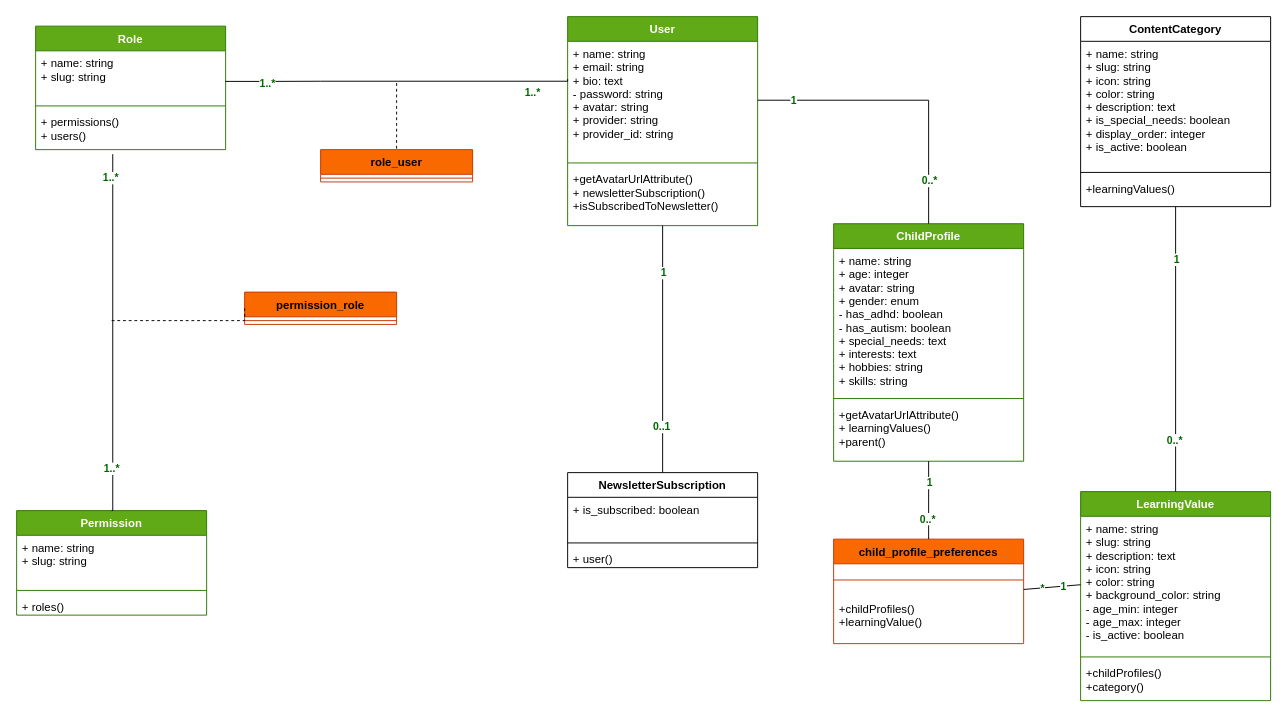
Above: page "Class Diagram" (1 of 2) of UML/class.drawio in ettaoussiilyas/KidsGuard (draw.io), before the change. Source tidied: cells renumbered, new cells numbered last; positions are measured from the earlier drawing's top-left corner, leaving out a move shared by most shapes. Both pictures are drawn from the tidied source at 95%, with x=0, y=0 at pixel (16, 16).
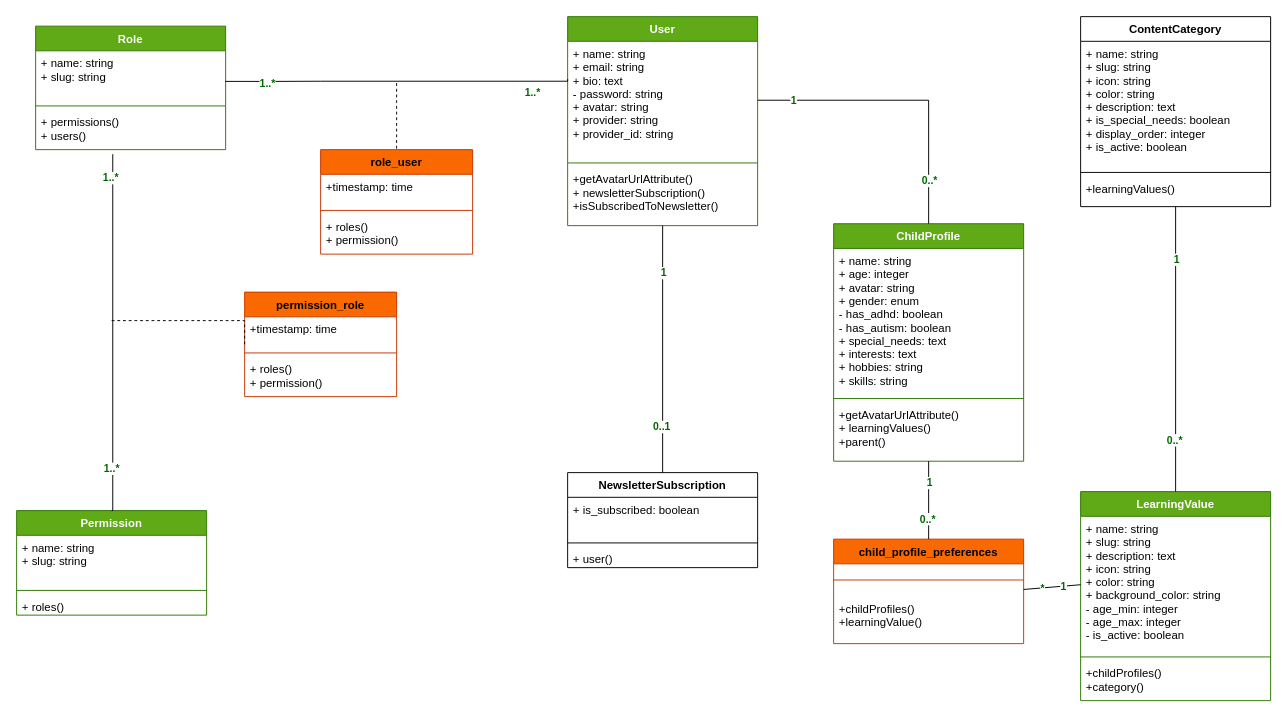
The same page after the edit.

Commit message (it also covers changes not shown here):
fixing les diagramme

The edit, as a diff of the source:
```diff
@@
     <mxCell id="30" value="role_user" style="swimlane;fontStyle=1;align=center;verticalAlign=top;horizontal=1;startSize=26;fillColor=#fa6800;strokeColor=#C73500;fontColor=#000000;" parent="1" vertex="1">
-      <mxGeometry x="320" y="140" width="160" height="34" as="geometry" />
+      <mxGeometry x="320" y="140" width="160" height="110" as="geometry" />
     </mxCell>
+    <mxCell id="61" value="+timestamp: time" style="text;strokeColor=none;fillColor=none;align=left;verticalAlign=top;spacingLeft=4;spacingRight=4;overflow=hidden;" parent="30" vertex="1">
+      <mxGeometry y="26" width="160" height="34" as="geometry" />
+    </mxCell>
     <mxCell id="31" style="line;strokeWidth=1;fillColor=none;align=left;verticalAlign=middle;spacingTop=-1;spacingLeft=3;spacingRight=3;labelPosition=right;strokeColor=inherit;" parent="30" vertex="1">
-      <mxGeometry y="26" width="160" height="8" as="geometry" />
+      <mxGeometry y="60" width="160" height="8" as="geometry" />
     </mxCell>
+    <mxCell id="62" value="+ roles()&#10;+ permission()" style="text;strokeColor=none;fillColor=none;align=left;verticalAlign=top;spacingLeft=4;spacingRight=4;overflow=hidden;" parent="30" vertex="1">
+      <mxGeometry y="68" width="160" height="42" as="geometry" />
+    </mxCell>
     <mxCell id="32" value="permission_role" style="swimlane;fontStyle=1;align=center;verticalAlign=top;horizontal=1;startSize=26;fillColor=#fa6800;fontColor=#000000;strokeColor=#C73500;" parent="1" vertex="1">
-      <mxGeometry x="240" y="290" width="160" height="34" as="geometry" />
+      <mxGeometry x="240" y="290" width="160" height="110" as="geometry" />
     </mxCell>
+    <mxCell id="63" value="+timestamp: time" style="text;strokeColor=none;fillColor=none;align=left;verticalAlign=top;spacingLeft=4;spacingRight=4;overflow=hidden;" parent="32" vertex="1">
+      <mxGeometry y="26" width="160" height="34" as="geometry" />
+    </mxCell>
     <mxCell id="33" style="line;strokeWidth=1;fillColor=none;align=left;verticalAlign=middle;spacingTop=-1;spacingLeft=3;spacingRight=3;labelPosition=right;strokeColor=inherit;" parent="32" vertex="1">
-      <mxGeometry y="26" width="160" height="8" as="geometry" />
+      <mxGeometry y="60" width="160" height="8" as="geometry" />
     </mxCell>
+    <mxCell id="64" value="+ roles()&#10;+ permission()" style="text;strokeColor=none;fillColor=none;align=left;verticalAlign=top;spacingLeft=4;spacingRight=4;overflow=hidden;" parent="32" vertex="1">
+      <mxGeometry y="68" width="160" height="42" as="geometry" />
+    </mxCell>
```
